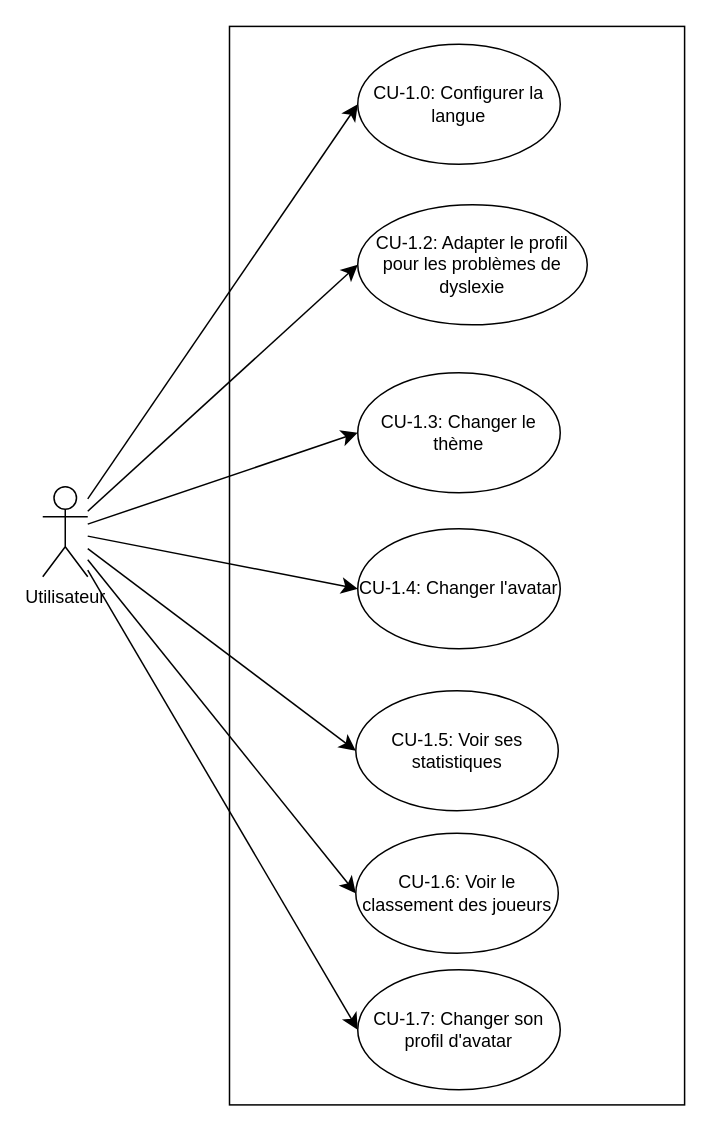
This is page "Page-3" (3 of 4) of Diagramme sans nom.drawio from Andreea-Maria1/uml-projet3, a draw.io file, before an edit. Source tidied: cells renumbered, new cells numbered last; positions are measured from the earlier drawing's top-left corner, leaving out a move shared by most shapes. Both pictures are drawn from the tidied source at 150%, with x=0, y=0 at pixel (-82, 44).
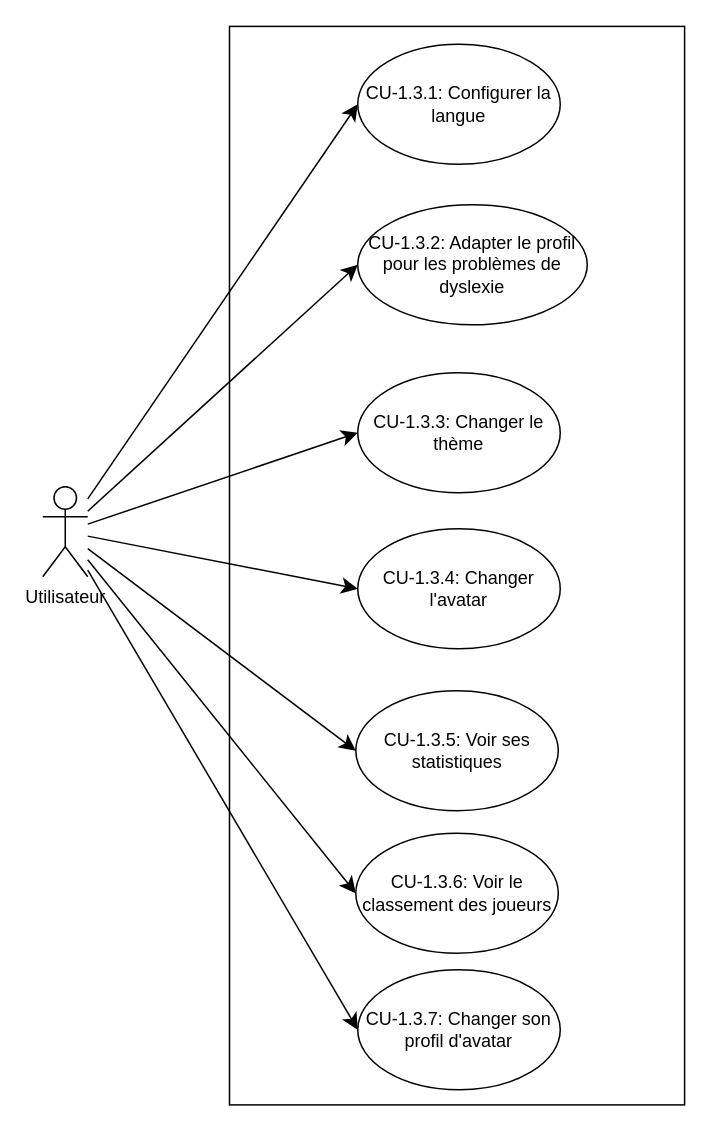
The same page after the edit.

Diff of the diagram source:
```diff
@@
 <mxGraphModel>
   <root>
     <mxCell id="0" />
     <mxCell id="1" parent="0" />
     <mxCell id="2" style="rounded=0;whiteSpace=wrap;html=1;rotation=90;" parent="1" vertex="1">
       <mxGeometry x="-0.3" y="195.9" width="719" height="303.4" as="geometry" />
     </mxCell>
     <mxCell id="3" style="edgeStyle=none;curved=1;rounded=0;jettySize=auto;html=1;entryX=0;entryY=0.5;entryDx=0;entryDy=0;fontSize=12;startSize=8;endSize=8;" parent="1" edge="1" source="10" target="12">
       <mxGeometry relative="1" as="geometry">
         <Array as="points">
           <mxPoint x="293" y="147" />
         </Array>
       </mxGeometry>
     </mxCell>
     <mxCell id="4" style="edgeStyle=none;curved=1;rounded=0;jettySize=auto;html=1;entryX=0;entryY=0.5;entryDx=0;entryDy=0;fontSize=12;startSize=8;endSize=8;" parent="1" edge="1" source="10" target="11">
       <mxGeometry relative="1" as="geometry" />
     </mxCell>
     <mxCell id="5" style="edgeStyle=none;curved=1;rounded=0;jettySize=auto;html=1;entryX=0;entryY=0.5;entryDx=0;entryDy=0;fontSize=12;startSize=8;endSize=8;" parent="1" edge="1" source="10" target="13">
       <mxGeometry relative="1" as="geometry" />
     </mxCell>
     <mxCell id="6" style="edgeStyle=none;curved=1;rounded=0;jettySize=auto;html=1;entryX=0;entryY=0.5;entryDx=0;entryDy=0;fontSize=12;startSize=8;endSize=8;" parent="1" edge="1" source="10" target="14">
       <mxGeometry relative="1" as="geometry" />
     </mxCell>
     <mxCell id="7" style="edgeStyle=none;curved=1;rounded=0;jettySize=auto;html=1;entryX=0;entryY=0.5;entryDx=0;entryDy=0;fontSize=12;startSize=8;endSize=8;" parent="1" edge="1" source="10" target="15">
       <mxGeometry relative="1" as="geometry" />
     </mxCell>
     <mxCell id="8" style="edgeStyle=none;curved=1;rounded=0;jettySize=auto;html=1;entryX=0;entryY=0.5;entryDx=0;entryDy=0;fontSize=12;startSize=8;endSize=8;" parent="1" edge="1" source="10" target="16">
       <mxGeometry relative="1" as="geometry" />
     </mxCell>
     <mxCell id="9" style="edgeStyle=none;curved=1;rounded=0;jettySize=auto;html=1;entryX=0;entryY=0.5;entryDx=0;entryDy=0;fontSize=12;startSize=8;endSize=8;" parent="1" edge="1" source="10" target="17">
       <mxGeometry relative="1" as="geometry" />
     </mxCell>
     <mxCell id="10" value="Utilisateur" style="shape=umlActor;verticalLabelPosition=bottom;verticalAlign=top;html=1;outlineConnect=0;" parent="1" vertex="1">
       <mxGeometry x="83" y="295" width="30" height="60" as="geometry" />
     </mxCell>
-    <mxCell id="11" value="CU-1.0: Configurer la langue" style="ellipse;whiteSpace=wrap;html=1;" parent="1" vertex="1">
+    <mxCell id="11" value="CU-1.3.1: Configurer la langue" style="ellipse;whiteSpace=wrap;html=1;" parent="1" vertex="1">
       <mxGeometry x="293" width="135" height="80" as="geometry" />
     </mxCell>
-    <mxCell id="12" value="CU-1.2: Adapter le profil pour les problèmes de dyslexie" style="ellipse;whiteSpace=wrap;html=1;" parent="1" vertex="1">
+    <mxCell id="12" value="CU-1.3.2: Adapter le profil pour les problèmes de dyslexie" style="ellipse;whiteSpace=wrap;html=1;" parent="1" vertex="1">
       <mxGeometry x="293" y="107" width="153" height="80" as="geometry" />
     </mxCell>
-    <mxCell id="13" value="CU-1.3: Changer le thème" style="ellipse;whiteSpace=wrap;html=1;" parent="1" vertex="1">
+    <mxCell id="13" value="CU-1.3.3: Changer le thème" style="ellipse;whiteSpace=wrap;html=1;" parent="1" vertex="1">
       <mxGeometry x="293" y="219" width="135" height="80" as="geometry" />
     </mxCell>
-    <mxCell id="14" value="CU-1.4: Changer l'avatar" style="ellipse;whiteSpace=wrap;html=1;" parent="1" vertex="1">
+    <mxCell id="14" value="CU-1.3.4: Changer l'avatar" style="ellipse;whiteSpace=wrap;html=1;" parent="1" vertex="1">
       <mxGeometry x="293" y="323" width="135" height="80" as="geometry" />
     </mxCell>
-    <mxCell id="15" value="CU-1.5: Voir ses statistiques" style="ellipse;whiteSpace=wrap;html=1;" parent="1" vertex="1">
+    <mxCell id="15" value="CU-1.3.5: Voir ses statistiques" style="ellipse;whiteSpace=wrap;html=1;" parent="1" vertex="1">
       <mxGeometry x="291.7" y="431" width="135" height="80" as="geometry" />
     </mxCell>
-    <mxCell id="16" value="CU-1.6: Voir le classement des joueurs" style="ellipse;whiteSpace=wrap;html=1;" parent="1" vertex="1">
+    <mxCell id="16" value="CU-1.3.6: Voir le classement des joueurs" style="ellipse;whiteSpace=wrap;html=1;" parent="1" vertex="1">
       <mxGeometry x="291.7" y="526" width="135" height="80" as="geometry" />
     </mxCell>
-    <mxCell id="17" value="CU-1.7: Changer son profil d'avatar" style="ellipse;whiteSpace=wrap;html=1;" parent="1" vertex="1">
+    <mxCell id="17" value="CU-1.3.7: Changer son profil d'avatar" style="ellipse;whiteSpace=wrap;html=1;" parent="1" vertex="1">
       <mxGeometry x="293" y="617" width="135" height="80" as="geometry" />
     </mxCell>
   </root>
 </mxGraphModel>
```
